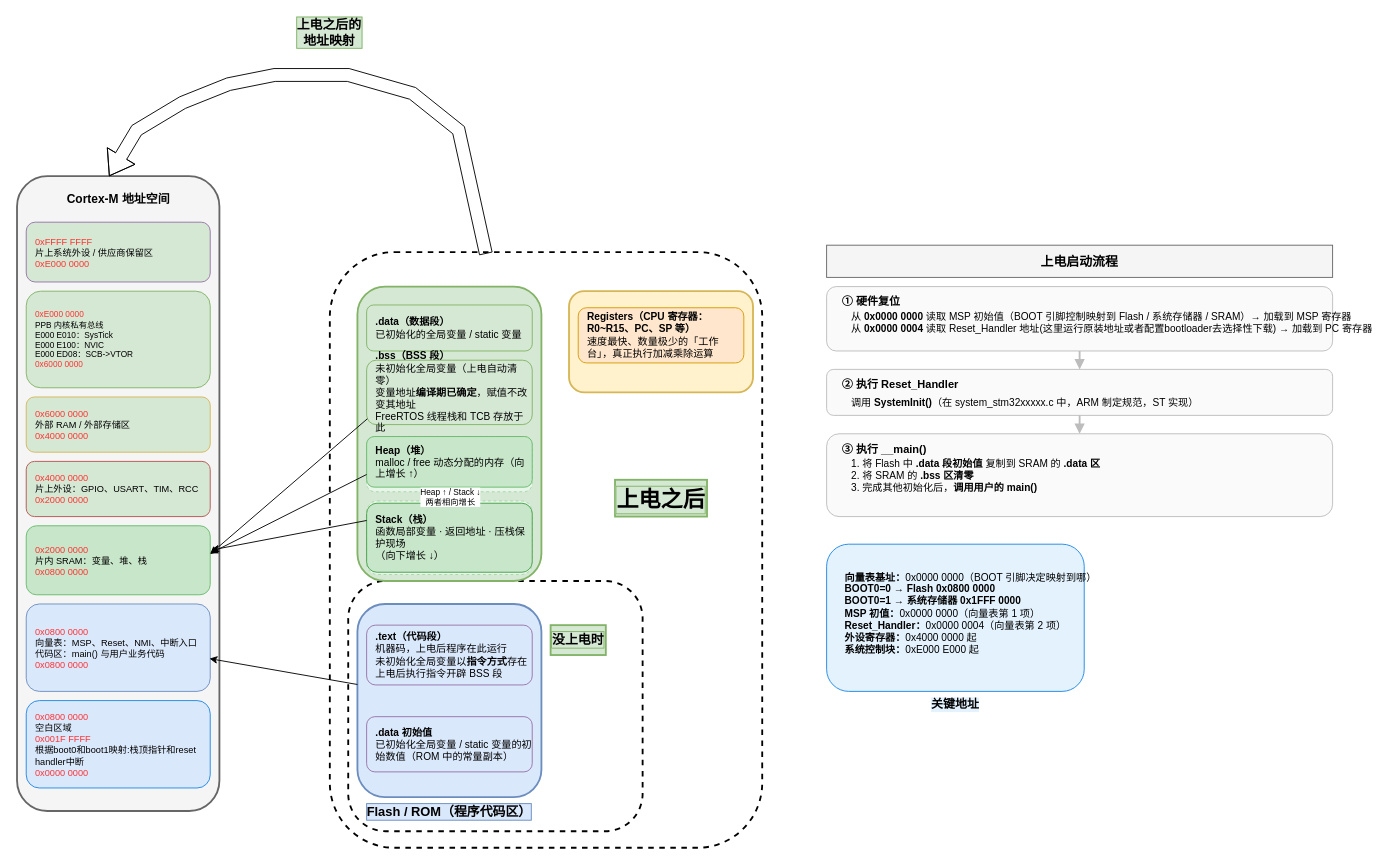
This is 术中自有万钟粟/Cortex-M4内核原理/arm_mcu内存划分.drawio from evil0knight/Basic_learning_record, a draw.io file, before an edit. Source tidied: cells renumbered, new cells numbered last; positions are measured from the earlier drawing's top-left corner, leaving out a move shared by most shapes. Both pictures are drawn from the tidied source at 92%, with x=0, y=0 at pixel (17, 75).
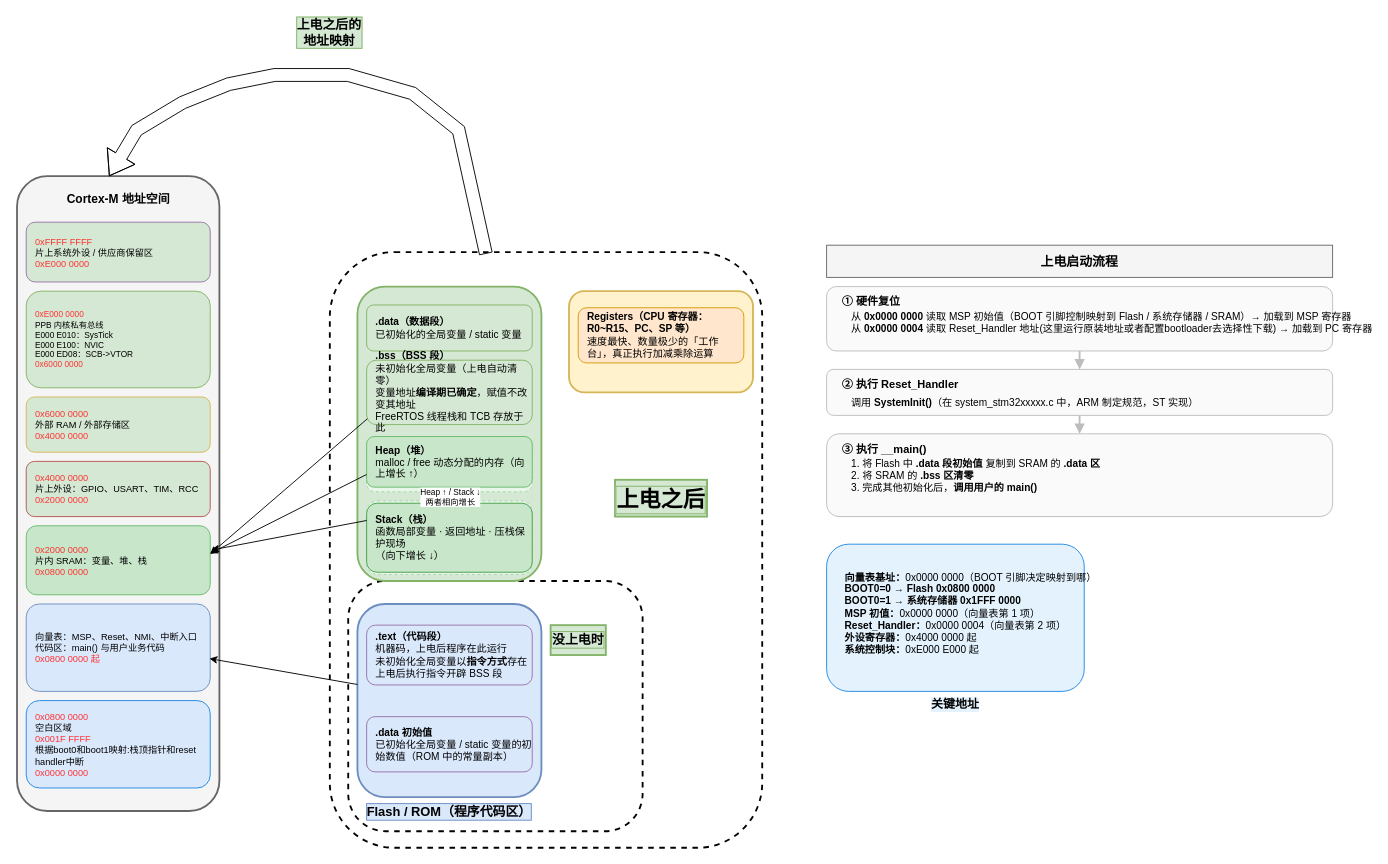
Above is the later version.

Commit message (it also covers changes not shown here):
修正 Cortex-M 地址空间 Flash 块：0x0800 0000 起，去掉重复地址

What changed in the source:
```diff
@@
-    <mxCell id="39" value="&lt;span style=&quot;color: rgb(255, 51, 51);&quot;&gt;0x0800 0000&lt;/span&gt;&lt;br&gt;向量表：MSP、Reset、NMI、中断入口&lt;br&gt;代码区：main() 与用户业务代码&lt;br&gt;&lt;span style=&quot;color: rgb(255, 51, 51);&quot;&gt;0x0800 0000&lt;/span&gt;" style="rounded=1;whiteSpace=wrap;html=1;fillColor=#dae8fc;strokeColor=#6c8ebf;fontSize=10;align=left;spacingLeft=8;" parent="1" vertex="1">
+    <mxCell id="39" value="向量表：MSP、Reset、NMI、中断入口&lt;br&gt;代码区：main() 与用户业务代码&lt;br&gt;&lt;span style=&quot;color: rgb(255, 51, 51);&quot;&gt;0x0800 0000 起&lt;/span&gt;" style="rounded=1;whiteSpace=wrap;html=1;fillColor=#dae8fc;strokeColor=#6c8ebf;fontSize=10;align=left;spacingLeft=8;" parent="1" vertex="1">
       <mxGeometry x="10" y="575" width="200" height="95" as="geometry" />
     </mxCell>
```
